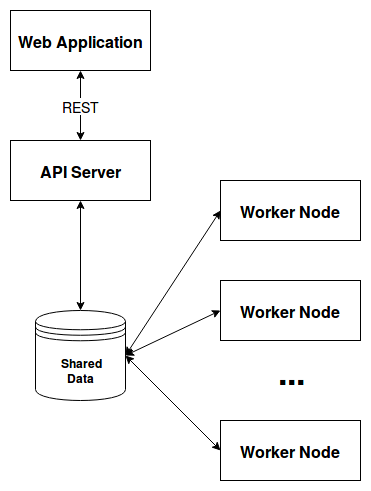
Before: images/architecture.png, a diagram exported from draw.io (lanPN85/thesis-report). Source tidied: cells renumbered, new cells last; positions are measured from the earlier drawing's top-left corner, leaving out a move shared by most shapes.
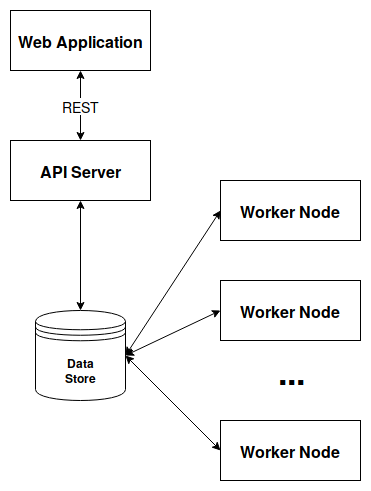
The same file after the commit.

The edit, as a diff of the source:
```diff
@@ -2,7 +2,7 @@
   <root>
     <mxCell id="0" />
     <mxCell id="1" parent="0" />
-    <mxCell id="2" value="&lt;div&gt;&lt;b&gt;Shared&lt;/b&gt;&lt;/div&gt;&lt;div&gt;&lt;b&gt;Data&lt;br&gt;&lt;/b&gt;&lt;/div&gt;" style="shape=datastore;whiteSpace=wrap;html=1;" parent="1" vertex="1">
+    <mxCell id="2" value="&lt;div&gt;&lt;b&gt;Data&lt;/b&gt;&lt;/div&gt;&lt;div&gt;&lt;b&gt;Store&lt;br&gt;&lt;/b&gt;&lt;/div&gt;" style="shape=datastore;whiteSpace=wrap;html=1;" parent="1" vertex="1">
       <mxGeometry x="25" y="300" width="90" height="90" as="geometry" />
     </mxCell>
     <mxCell id="3" value="&lt;font style=&quot;font-size: 16px&quot;&gt;&lt;b&gt;API Server&lt;/b&gt;&lt;/font&gt;" style="html=1;" parent="1" vertex="1">
```
